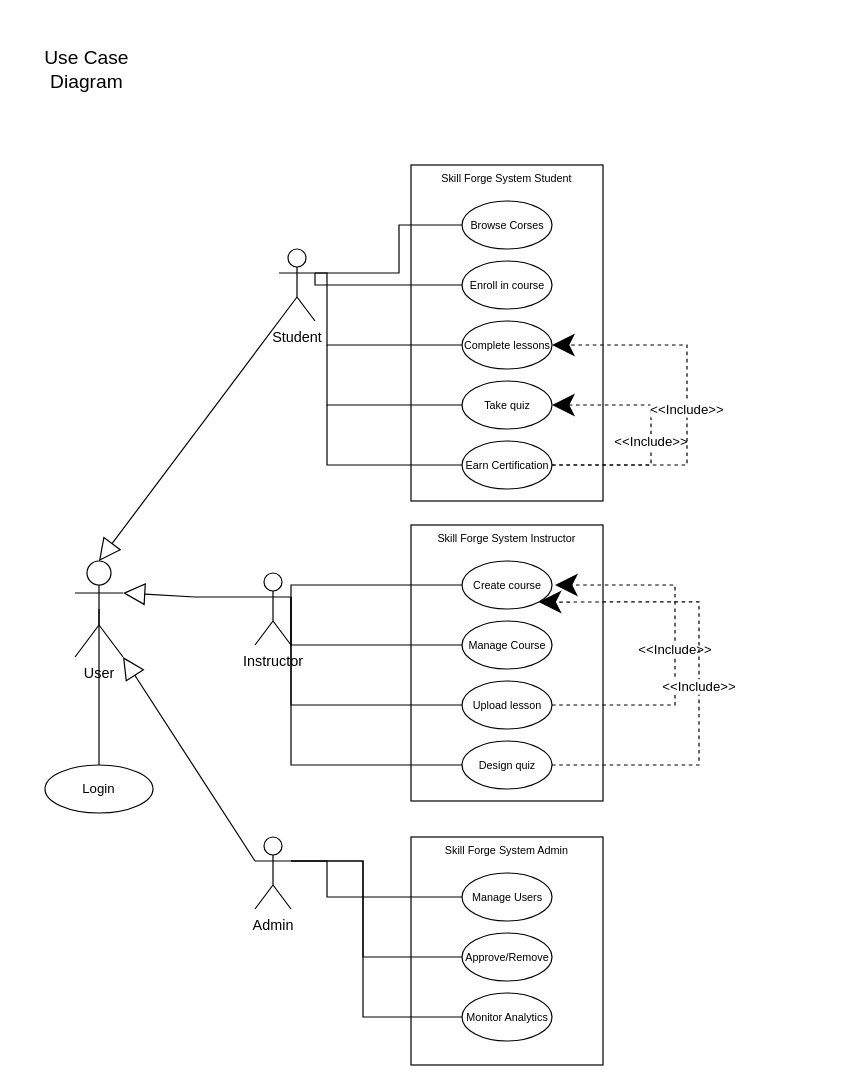
Above: Untitled Diagram.drawio in RodinaMohamed04/Lab6 (draw.io), before the change. Source tidied: cells renumbered, new cells numbered last; positions are measured from the earlier drawing's top-left corner, leaving out a move shared by most shapes. Both pictures are drawn from the tidied source at 120%, with x=0, y=0 at pixel (20, 32).
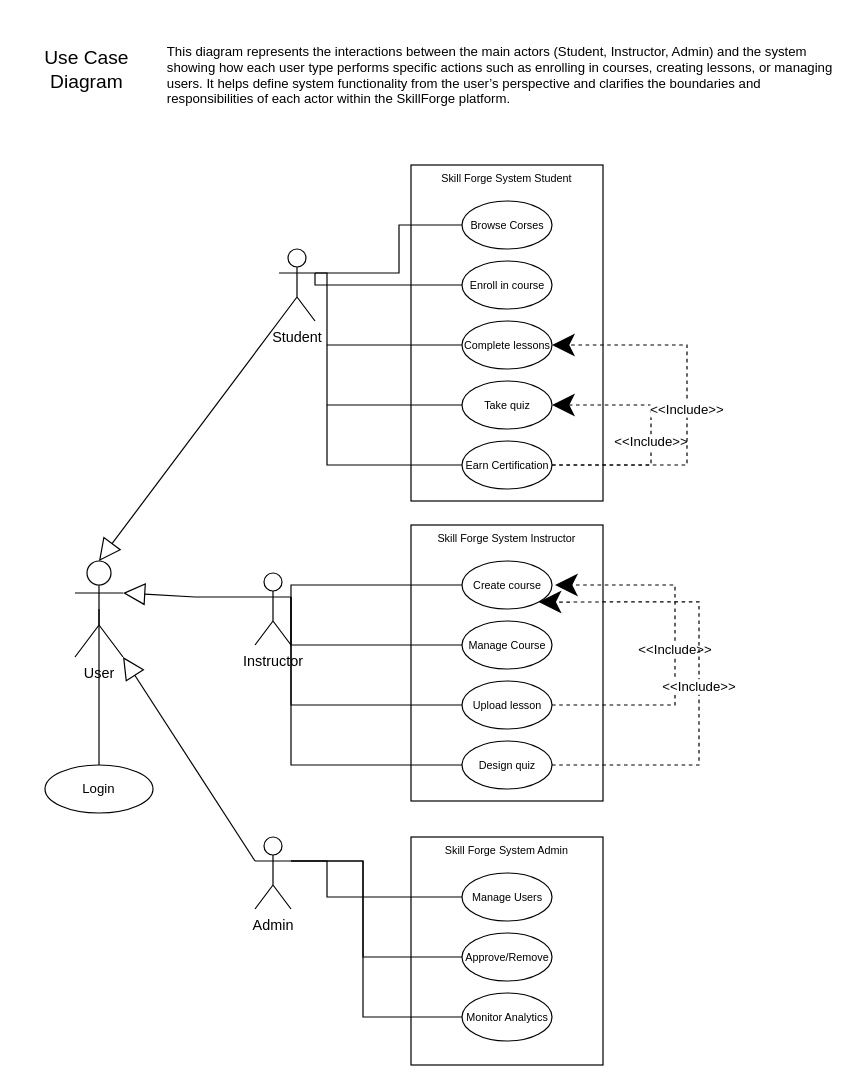
Above is the later version.

Commit message:
Use case diagram last.drawio

What changed in the source:
```diff
@@
+    <mxCell id="73" value="&lt;h3&gt;&lt;strong&gt;&lt;/strong&gt;&lt;/h3&gt;&lt;p&gt;This diagram represents the interactions between the main actors (Student, Instructor, Admin) and the system showing how each user type performs specific actions such as enrolling in courses, creating lessons, or managing users. It helps define system functionality from the user’s perspective and clarifies the boundaries and responsibilities of each actor within the SkillForge platform.&lt;/p&gt;" style="text;whiteSpace=wrap;html=1;fontFamily=Helvetica;fontSize=11;fontColor=default;labelBackgroundColor=none;" parent="1" vertex="1">
+      <mxGeometry x="120" y="-10" width="560" height="70" as="geometry" />
+    </mxCell>
```
